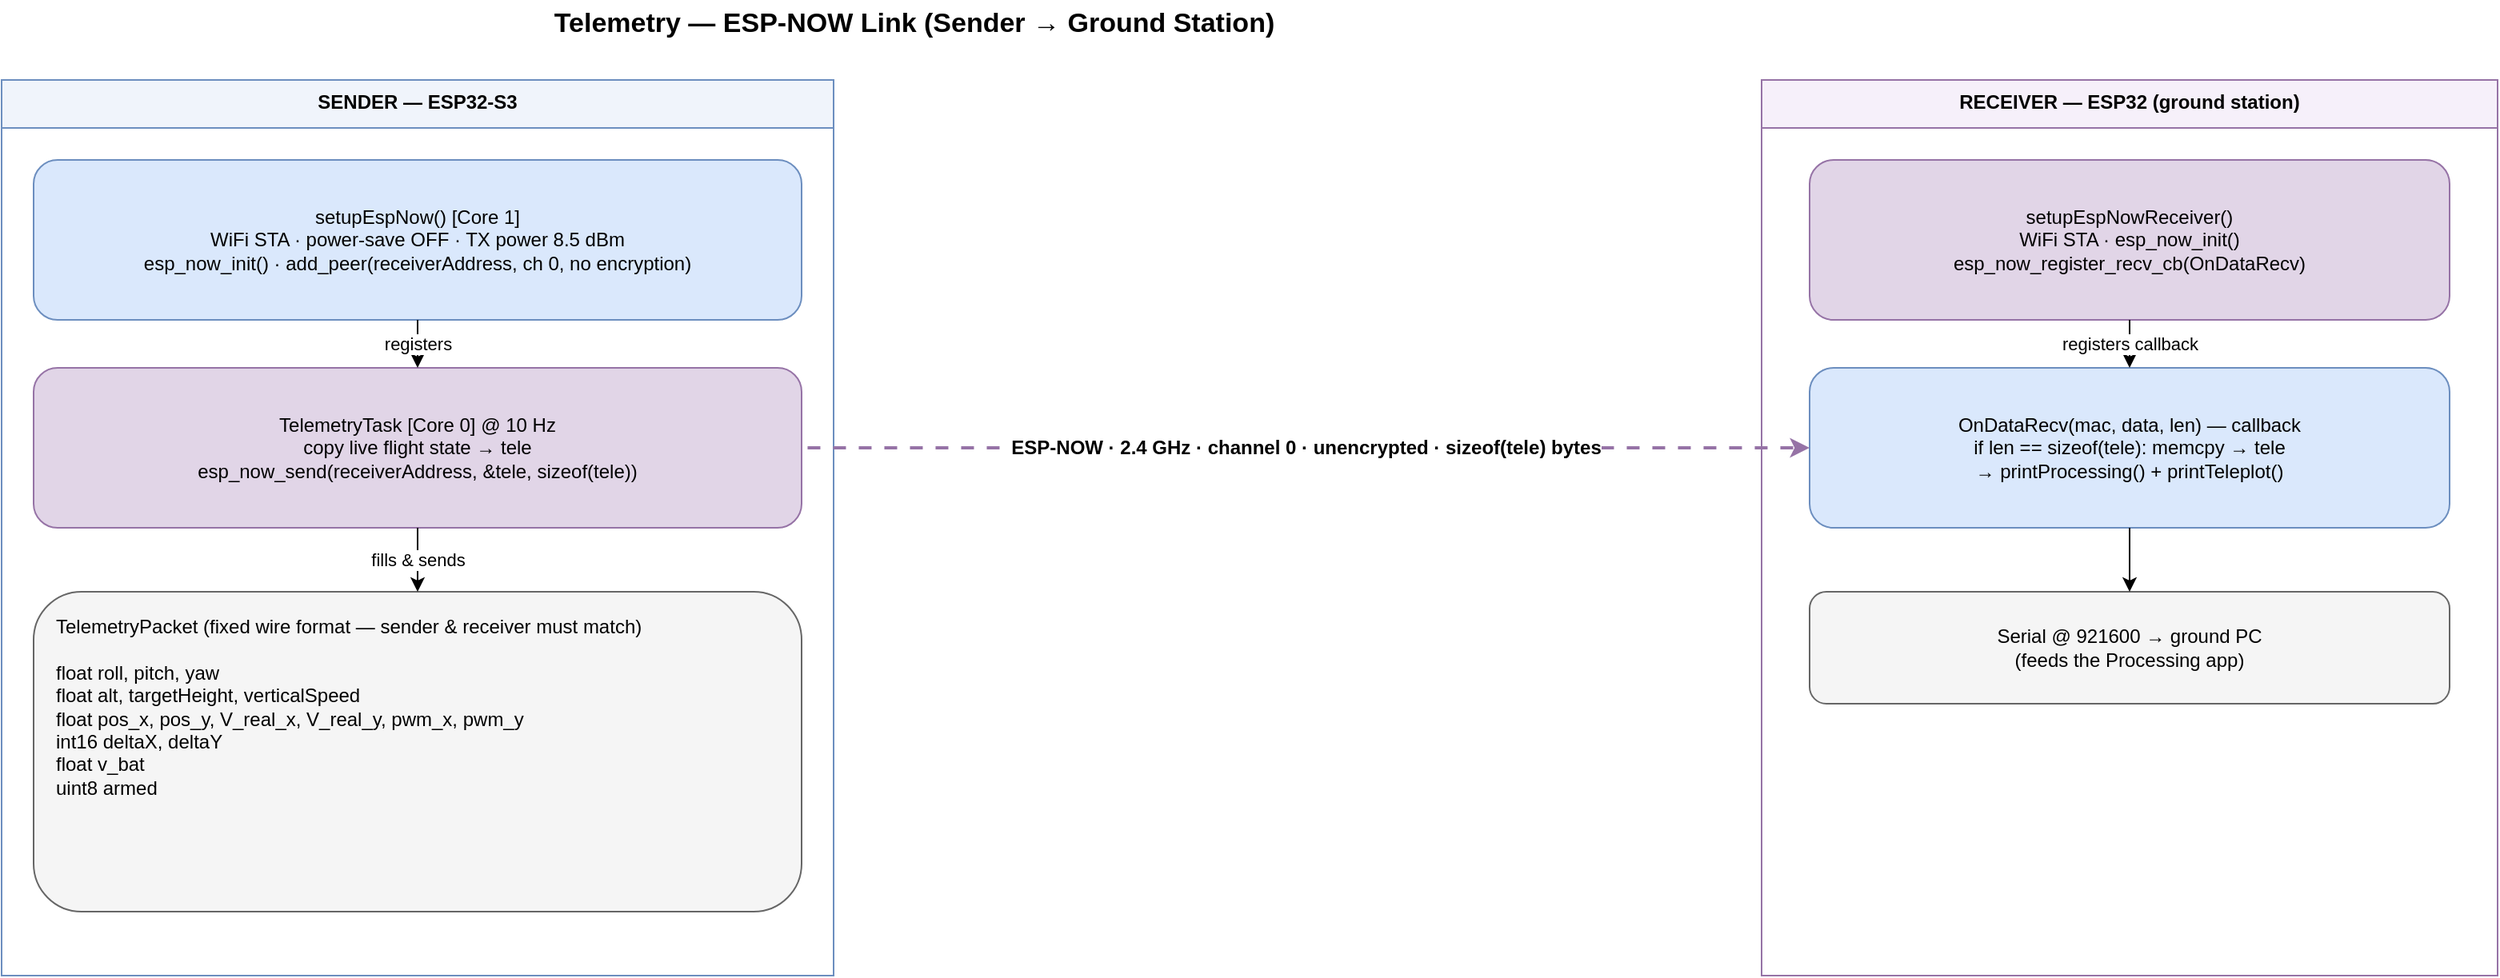
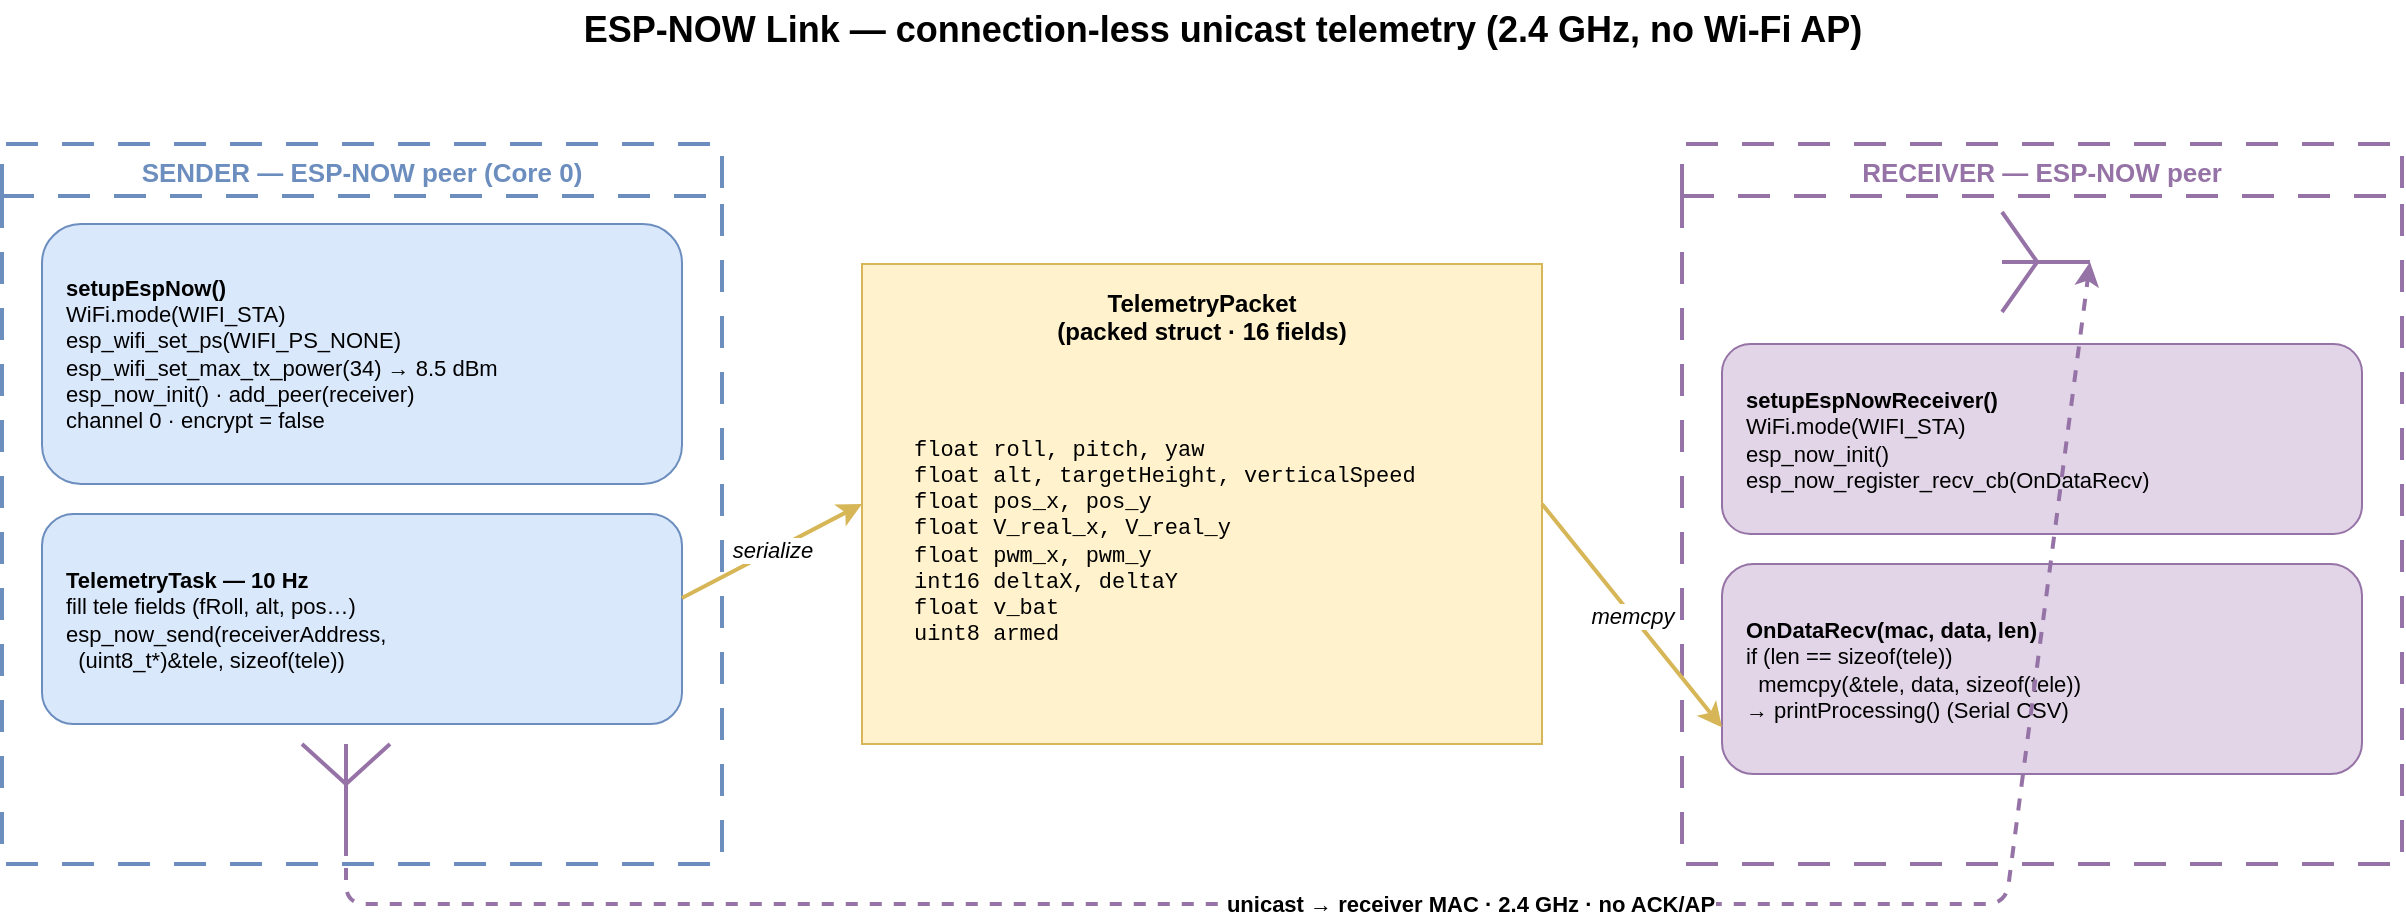
- <mxfile host="app.diagrams.net">
-   <diagram name="Telemetry-ESP-NOW" id="0">
-     <mxGraphModel dx="951" dy="534" grid="1" gridSize="10" guides="1" tooltips="1" connect="1" arrows="1" fold="1" page="1" pageScale="1" pageWidth="827" pageHeight="1169" math="0" shadow="0">
+ <?xml version="1.0" encoding="UTF-8"?>
+ <mxfile host="drawio" version="26.0.0">
+   <diagram name="Telemetry-ESP-NOW">
+     <mxGraphModel dx="1400" dy="820" grid="1" gridSize="10" guides="1" tooltips="1" connect="1" arrows="1" fold="1" page="1" pageScale="1" math="0" shadow="0">
      <root>
        <mxCell id="0" />
        <mxCell id="1" parent="0" />
-         <mxCell id="title" parent="1" style="text;html=1;align=center;verticalAlign=middle;fontStyle=1;fontSize=17;" value="Telemetry — ESP-NOW Link (Sender → Ground Station)" vertex="1">
-           <mxGeometry height="30" width="1140" x="40" y="20" as="geometry" />
+ 
+         <mxCell id="ttl" value="ESP-NOW Link — connection-less unicast telemetry (2.4 GHz, no Wi-Fi AP)" style="text;html=1;align=center;verticalAlign=middle;fontStyle=1;fontSize=18;" vertex="1" parent="1">
+           <mxGeometry x="60" y="18" width="1180" height="30" as="geometry" />
        </mxCell>
-         <mxCell id="sender" parent="1" style="swimlane;startSize=30;html=1;whiteSpace=wrap;fillColor=#f0f4fb;strokeColor=#6c8ebf;fontStyle=1;verticalAlign=top;" value="SENDER — ESP32-S3" vertex="1">
-           <mxGeometry height="560" width="520" x="40" y="70" as="geometry" />
+ 
+         <!-- SENDER peer -->
+         <mxCell id="sCard" value="SENDER — ESP-NOW peer (Core 0)" style="swimlane;startSize=26;html=1;whiteSpace=wrap;fillColor=none;strokeColor=#6c8ebf;dashed=1;dashPattern=8 6;strokeWidth=2;fontStyle=1;fontSize=13;fontColor=#6c8ebf;verticalAlign=top;align=center;" vertex="1" parent="1">
+           <mxGeometry x="40" y="90" width="360" height="360" as="geometry" />
        </mxCell>
-         <mxCell id="ssetup" parent="sender" style="rounded=1;whiteSpace=wrap;html=1;fillColor=#dae8fc;strokeColor=#6c8ebf;" value="setupEspNow()  [Core 1]&#xa;WiFi STA · power-save OFF · TX power 8.5 dBm&#xa;esp_now_init() · add_peer(receiverAddress, ch 0, no encryption)" vertex="1">
-           <mxGeometry height="100" width="480" x="20" y="50" as="geometry" />
+         <mxCell id="sSetup" value="&lt;b&gt;setupEspNow()&lt;/b&gt;&#xa;WiFi.mode(WIFI_STA)&#xa;esp_wifi_set_ps(WIFI_PS_NONE)&#xa;esp_wifi_set_max_tx_power(34) → 8.5 dBm&#xa;esp_now_init() · add_peer(receiver)&#xa;channel 0 · encrypt = false" style="rounded=1;whiteSpace=wrap;html=1;fillColor=#dae8fc;strokeColor=#6c8ebf;fontSize=11;align=left;verticalAlign=middle;spacingLeft=10;" vertex="1" parent="sCard">
+           <mxGeometry x="20" y="40" width="320" height="130" as="geometry" />
        </mxCell>
-         <mxCell id="stask" parent="sender" style="rounded=1;whiteSpace=wrap;html=1;fillColor=#e1d5e7;strokeColor=#9673a6;" value="TelemetryTask  [Core 0]  @ 10 Hz&#xa;copy live flight state → tele&#xa;esp_now_send(receiverAddress, &amp;tele, sizeof(tele))" vertex="1">
-           <mxGeometry height="100" width="480" x="20" y="180" as="geometry" />
+         <mxCell id="sSend" value="&lt;b&gt;TelemetryTask — 10 Hz&lt;/b&gt;&#xa;fill tele fields (fRoll, alt, pos…)&#xa;esp_now_send(receiverAddress,&#xa;&#160;&#160;(uint8_t*)&amp;tele, sizeof(tele))" style="rounded=1;whiteSpace=wrap;html=1;fillColor=#dae8fc;strokeColor=#6c8ebf;fontSize=11;align=left;verticalAlign=middle;spacingLeft=10;" vertex="1" parent="sCard">
+           <mxGeometry x="20" y="185" width="320" height="105" as="geometry" />
        </mxCell>
-         <mxCell id="packet" parent="sender" style="rounded=1;whiteSpace=wrap;html=1;fillColor=#f5f5f5;strokeColor=#666666;align=left;spacingLeft=12;verticalAlign=top;spacingTop=8;" value="TelemetryPacket  (fixed wire format — sender &amp; receiver must match)&#xa;&#xa;float  roll, pitch, yaw&#xa;float  alt, targetHeight, verticalSpeed&#xa;float  pos_x, pos_y, V_real_x, V_real_y, pwm_x, pwm_y&#xa;int16  deltaX, deltaY&#xa;float  v_bat&#xa;uint8  armed" vertex="1">
-           <mxGeometry height="200" width="480" x="20" y="320" as="geometry" />
+         <mxCell id="sAnt" value="" style="verticalLabelPosition=bottom;shadow=0;dashed=0;align=center;html=1;verticalAlign=top;shape=mxgraph.electrical.radio.aerial_-_antenna_1;strokeColor=#9673a6;strokeWidth=2;" vertex="1" parent="sCard">
+           <mxGeometry x="150" y="300" width="44" height="50" as="geometry" />
        </mxCell>
-         <mxCell id="t1" edge="1" parent="sender" source="ssetup" style="edgeStyle=orthogonalEdgeStyle;rounded=1;orthogonalLoop=1;jettySize=auto;html=1;fontSize=11;labelBackgroundColor=#ffffff;exitX=0.5;exitY=1;exitDx=0;exitDy=0;entryX=0.5;entryY=0;entryDx=0;entryDy=0;" target="stask" value="registers">
-           <mxGeometry relative="1" as="geometry" />
+ 
+         <!-- PACKET (center) -->
+         <mxCell id="pkt" value="&lt;b&gt;TelemetryPacket&lt;/b&gt;&#xa;(packed struct · 16 fields)" style="rounded=0;whiteSpace=wrap;html=1;fillColor=#fff2cc;strokeColor=#d6b656;fontSize=12;fontStyle=1;align=center;verticalAlign=top;spacingTop=6;" vertex="1" parent="1">
+           <mxGeometry x="470" y="150" width="340" height="240" as="geometry" />
        </mxCell>
-         <mxCell id="t2" edge="1" parent="sender" source="stask" style="edgeStyle=orthogonalEdgeStyle;rounded=1;orthogonalLoop=1;jettySize=auto;html=1;fontSize=11;labelBackgroundColor=#ffffff;exitX=0.5;exitY=1;exitDx=0;exitDy=0;entryX=0.5;entryY=0;entryDx=0;entryDy=0;" target="packet" value="fills &amp; sends">
-           <mxGeometry relative="1" as="geometry" />
+         <mxCell id="pktBody" value="float roll, pitch, yaw&#xa;float alt, targetHeight, verticalSpeed&#xa;float pos_x, pos_y&#xa;float V_real_x, V_real_y&#xa;float pwm_x, pwm_y&#xa;int16 deltaX, deltaY&#xa;float v_bat&#xa;uint8 armed" style="text;html=1;align=left;verticalAlign=middle;fontSize=11;fontFamily=Courier New;spacingLeft=14;" vertex="1" parent="1">
+           <mxGeometry x="480" y="196" width="320" height="185" as="geometry" />
        </mxCell>
-         <mxCell id="recv" parent="1" style="swimlane;startSize=30;html=1;whiteSpace=wrap;fillColor=#f6f0fa;strokeColor=#9673a6;fontStyle=1;verticalAlign=top;" value="RECEIVER — ESP32 (ground station)" vertex="1">
-           <mxGeometry height="560" width="460" x="1140" y="70" as="geometry">
-             <mxRectangle height="30" width="250" x="720" y="70" as="alternateBounds" />
-           </mxGeometry>
+ 
+         <!-- RECEIVER peer -->
+         <mxCell id="rCard" value="RECEIVER — ESP-NOW peer" style="swimlane;startSize=26;html=1;whiteSpace=wrap;fillColor=none;strokeColor=#9673a6;dashed=1;dashPattern=8 6;strokeWidth=2;fontStyle=1;fontSize=13;fontColor=#9673a6;verticalAlign=top;align=center;" vertex="1" parent="1">
+           <mxGeometry x="880" y="90" width="360" height="360" as="geometry" />
        </mxCell>
-         <mxCell id="rsetup" parent="recv" style="rounded=1;whiteSpace=wrap;html=1;fillColor=#e1d5e7;strokeColor=#9673a6;" value="setupEspNowReceiver()&#xa;WiFi STA · esp_now_init()&#xa;esp_now_register_recv_cb(OnDataRecv)" vertex="1">
-           <mxGeometry height="100" width="400" x="30" y="50" as="geometry" />
+         <mxCell id="rAnt" value="" style="verticalLabelPosition=bottom;shadow=0;dashed=0;align=center;html=1;verticalAlign=top;shape=mxgraph.electrical.radio.aerial_-_antenna_1;strokeColor=#9673a6;strokeWidth=2;direction=north;" vertex="1" parent="rCard">
+           <mxGeometry x="160" y="34" width="44" height="50" as="geometry" />
        </mxCell>
-         <mxCell id="rondata" parent="recv" style="rounded=1;whiteSpace=wrap;html=1;fillColor=#dae8fc;strokeColor=#6c8ebf;" value="OnDataRecv(mac, data, len)  — callback&#xa;if len == sizeof(tele):  memcpy → tele&#xa;→ printProcessing()  +  printTeleplot()" vertex="1">
-           <mxGeometry height="100" width="400" x="30" y="180" as="geometry" />
+         <mxCell id="rSetup" value="&lt;b&gt;setupEspNowReceiver()&lt;/b&gt;&#xa;WiFi.mode(WIFI_STA)&#xa;esp_now_init()&#xa;esp_now_register_recv_cb(OnDataRecv)" style="rounded=1;whiteSpace=wrap;html=1;fillColor=#e1d5e7;strokeColor=#9673a6;fontSize=11;align=left;verticalAlign=middle;spacingLeft=10;" vertex="1" parent="rCard">
+           <mxGeometry x="20" y="100" width="320" height="95" as="geometry" />
        </mxCell>
-         <mxCell id="rserial" parent="recv" style="rounded=1;whiteSpace=wrap;html=1;fillColor=#f5f5f5;strokeColor=#666666;" value="Serial @ 921600  →  ground PC&#xa;(feeds the Processing app)" vertex="1">
-           <mxGeometry height="70" width="400" x="30" y="320" as="geometry" />
+         <mxCell id="rRecv" value="&lt;b&gt;OnDataRecv(mac, data, len)&lt;/b&gt;&#xa;if (len == sizeof(tele))&#xa;&#160;&#160;memcpy(&amp;tele, data, sizeof(tele))&#xa;→ printProcessing()  (Serial CSV)" style="rounded=1;whiteSpace=wrap;html=1;fillColor=#e1d5e7;strokeColor=#9673a6;fontSize=11;align=left;verticalAlign=middle;spacingLeft=10;" vertex="1" parent="rCard">
+           <mxGeometry x="20" y="210" width="320" height="105" as="geometry" />
        </mxCell>
-         <mxCell id="t3" edge="1" parent="recv" source="rsetup" style="edgeStyle=orthogonalEdgeStyle;rounded=1;orthogonalLoop=1;jettySize=auto;html=1;fontSize=11;labelBackgroundColor=#ffffff;exitX=0.5;exitY=1;exitDx=0;exitDy=0;entryX=0.5;entryY=0;entryDx=0;entryDy=0;" target="rondata" value="registers callback">
-           <mxGeometry relative="1" as="geometry" />
+ 
+         <!-- edges -->
+         <mxCell id="e_pack" value="serialize" style="html=1;endArrow=classic;strokeColor=#d6b656;strokeWidth=2;fontSize=11;fontStyle=2;labelBackgroundColor=#ffffff;exitX=1;exitY=0.4;entryX=0;entryY=0.5;" edge="1" parent="1" source="sSend" target="pkt"><mxGeometry relative="1" as="geometry" /></mxCell>
+         <mxCell id="e_unpack" value="memcpy" style="html=1;endArrow=classic;strokeColor=#d6b656;strokeWidth=2;fontSize=11;fontStyle=2;labelBackgroundColor=#ffffff;exitX=1;exitY=0.5;entryX=0.05;entryY=0.75;" edge="1" parent="1" source="pkt" target="rRecv"><mxGeometry relative="1" as="geometry" /></mxCell>
+         <mxCell id="e_link" value="unicast → receiver MAC · 2.4 GHz · no ACK/AP" style="html=1;endArrow=classic;strokeColor=#9673a6;strokeWidth=2;dashed=1;fontSize=11;fontStyle=1;labelBackgroundColor=#ffffff;exitX=0.5;exitY=1;exitDx=0;exitDy=0;entryX=0.5;entryY=1;entryDx=0;entryDy=0;" edge="1" parent="1" source="sAnt" target="rAnt">
+           <mxGeometry relative="1" as="geometry"><Array as="points"><mxPoint x="212" y="470" /><mxPoint x="1042" y="470" /></Array></mxGeometry>
        </mxCell>
-         <mxCell id="t4" edge="1" parent="recv" source="rondata" style="edgeStyle=orthogonalEdgeStyle;rounded=1;orthogonalLoop=1;jettySize=auto;html=1;exitX=0.5;exitY=1;exitDx=0;exitDy=0;entryX=0.5;entryY=0;entryDx=0;entryDy=0;" target="rserial">
-           <mxGeometry relative="1" as="geometry" />
-         </mxCell>
-         <mxCell id="wireless" edge="1" parent="1" source="stask" style="edgeStyle=orthogonalEdgeStyle;rounded=1;orthogonalLoop=1;jettySize=auto;html=1;flowAnimation=1;strokeColor=#9673a6;strokeWidth=2;fontSize=12;fontStyle=1;labelBackgroundColor=#ffffff;exitX=1;exitY=0.5;exitDx=0;exitDy=0;entryX=0;entryY=0.5;entryDx=0;entryDy=0;" target="rondata" value="ESP-NOW · 2.4 GHz · channel 0 · unencrypted · sizeof(tele) bytes">
-           <mxGeometry relative="1" as="geometry" />
-         </mxCell>
+ 
      </root>
    </mxGraphModel>
  </diagram>
</mxfile>
